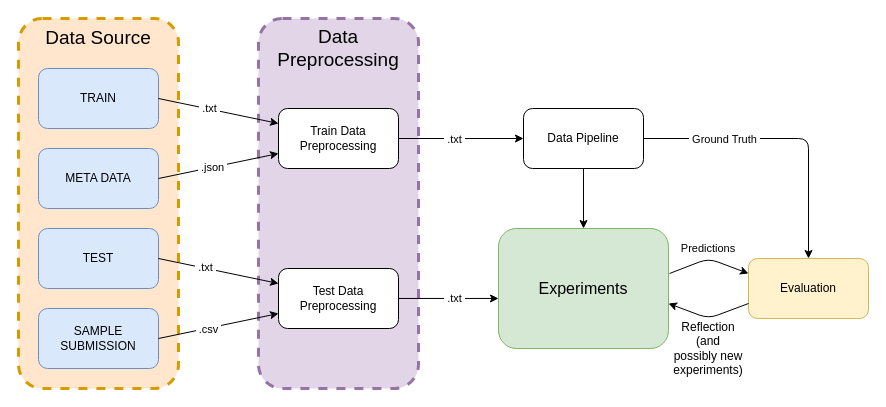
Before: Images/Experiments/ExperimentFlow.drawio in Awesome-sw8-project/P8, a draw.io diagram. Source tidied: cells renumbered, new cells numbered last; positions are measured from the earlier drawing's top-left corner, leaving out a move shared by most shapes. Both pictures are drawn from the tidied source at 100%, with x=0, y=0 at pixel (18, 18).
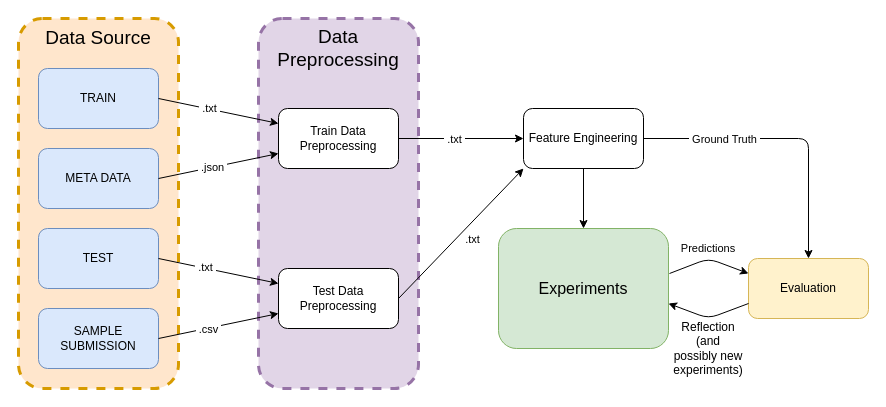
After the change.

The change refers to these unchanged cells:
```xml
<mxCell id="4" value="&lt;font style=&quot;font-size: 16px&quot;&gt;Experiments&lt;/font&gt;" style="rounded=1;whiteSpace=wrap;html=1;fillColor=#d5e8d4;strokeColor=#82b366;" parent="1" vertex="1">
  <mxGeometry x="480" y="210" width="170" height="120" as="geometry" />
</mxCell>
<mxCell id="18" value="Test Data Preprocessing" style="rounded=1;whiteSpace=wrap;html=1;" parent="1" vertex="1">
  <mxGeometry x="260" y="250" width="120" height="60" as="geometry" />
</mxCell>
```

Change to the diagram source:
```diff
@@
-    <mxCell id="13" value="Data Pipeline" style="rounded=1;whiteSpace=wrap;html=1;" parent="1" vertex="1">
+    <mxCell id="13" value="Feature Engineering" style="rounded=1;whiteSpace=wrap;html=1;" parent="1" vertex="1">
       <mxGeometry x="505" y="90" width="120" height="60" as="geometry" />
     </mxCell>
@@
-    <mxCell id="16" style="edgeStyle=orthogonalEdgeStyle;rounded=0;jettySize=auto;html=1;entryX=0;entryY=0.583;entryDx=0;entryDy=0;entryPerimeter=0;" parent="1" edge="1" source="18" target="4">
-      <mxGeometry relative="1" as="geometry" />
-    </mxCell>
-    <mxCell id="17" value="&amp;nbsp;.txt&amp;nbsp;" style="edgeLabel;html=1;align=center;verticalAlign=middle;" parent="16" vertex="1">
-      <mxGeometry x="-0.05" y="1" relative="1" as="geometry">
-        <mxPoint x="7" y="1" as="offset" />
-      </mxGeometry>
-    </mxCell>
@@
+    <mxCell id="34" style="endArrow=classic;html=1;entryX=0;entryY=1;entryDx=0;entryDy=0;exitX=1;exitY=0.5;exitDx=0;exitDy=0;" parent="1" edge="1" source="18" target="13">
+      <mxGeometry relative="1" as="geometry" />
+    </mxCell>
+    <mxCell id="17" value=".txt" style="edgeLabel;html=1;align=center;verticalAlign=middle;" parent="34" vertex="1">
+      <mxGeometry x="0.18" relative="1" as="geometry">
+        <mxPoint y="17" as="offset" />
+      </mxGeometry>
+    </mxCell>
```
